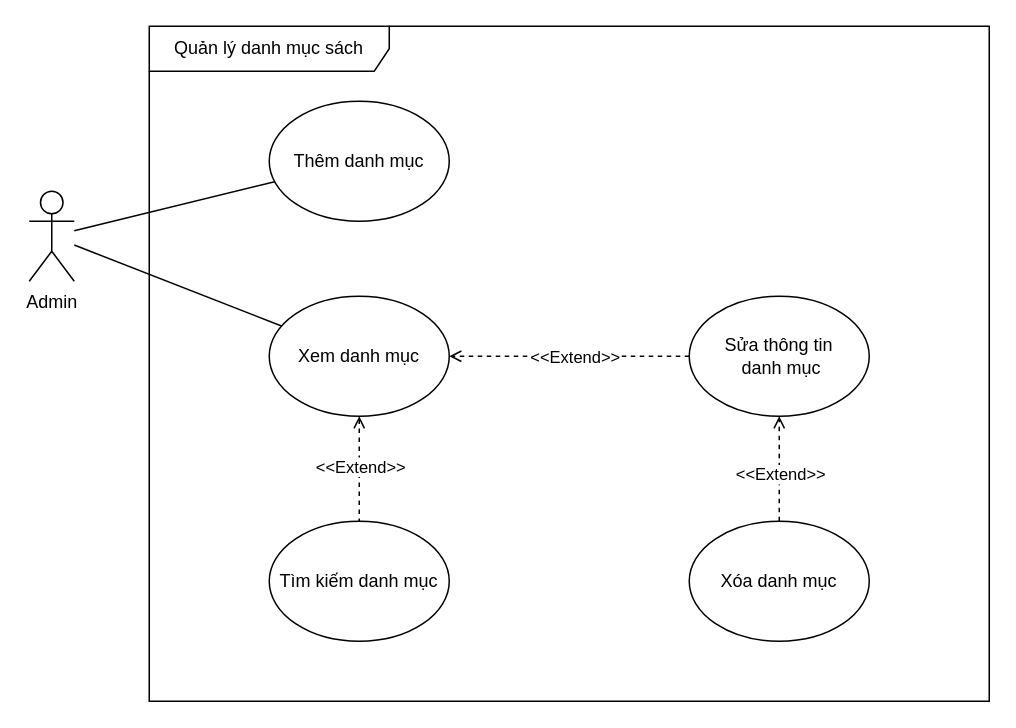
Above: page "QuanLyDanhMuc" (5 of 8) of usecase.drawio in QuangHuy2201/FinalProject-Diagrams (draw.io), before the change. Source tidied: cells renumbered, new cells numbered last; positions are measured from the earlier drawing's top-left corner, leaving out a move shared by most shapes. Both pictures are drawn from the tidied source at 150%, with x=0, y=0 at pixel (28, 26).
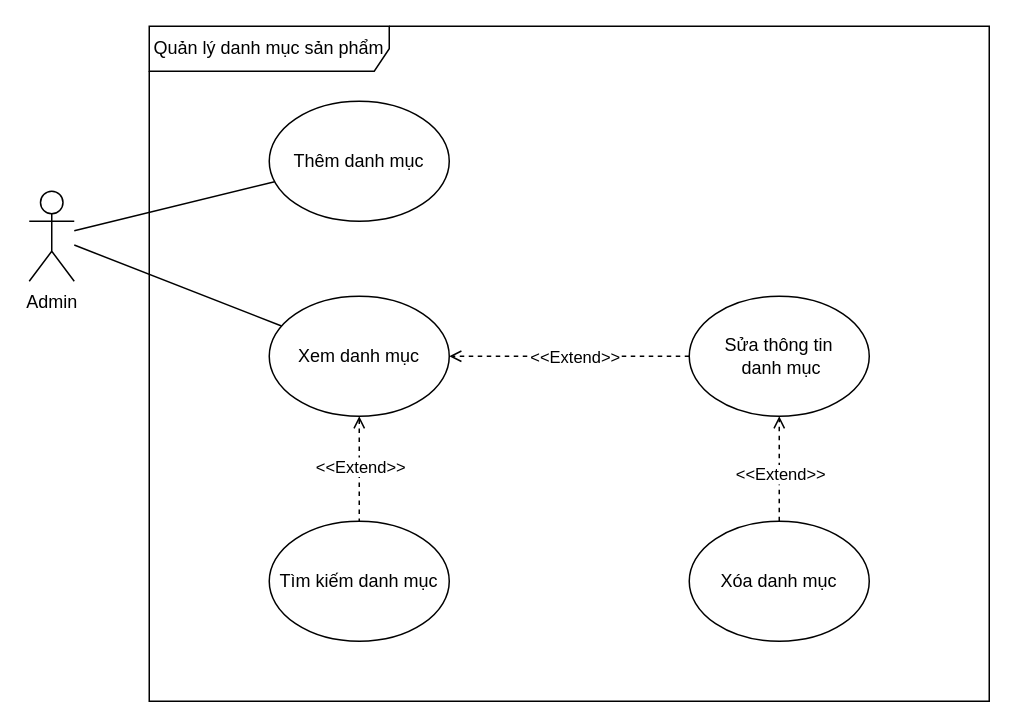
The same diagram, later.

What changed in the source:
```diff
@@
 <mxGraphModel>
   <root>
     <mxCell id="0" />
     <mxCell id="1" parent="0" />
     <mxCell id="2" value="Admin" style="shape=umlActor;verticalLabelPosition=bottom;verticalAlign=top;html=1;outlineConnect=0;" parent="1" vertex="1">
       <mxGeometry y="110" width="30" height="60" as="geometry" />
     </mxCell>
     <mxCell id="3" style="rounded=0;jettySize=auto;html=1;endArrow=none;endFill=0;" parent="1" edge="1" source="7" target="2">
       <mxGeometry relative="1" as="geometry" />
     </mxCell>
-    <mxCell id="4" value="Quản lý danh mục sách" style="shape=umlFrame;whiteSpace=wrap;html=1;width=160;" parent="1" vertex="1">
+    <mxCell id="4" value="Quản lý danh mục sản phẩm" style="shape=umlFrame;whiteSpace=wrap;html=1;width=160;" parent="1" vertex="1">
       <mxGeometry x="80" width="560" height="450" as="geometry" />
     </mxCell>
     <mxCell id="5" style="rounded=0;jettySize=auto;html=1;dashed=1;endArrow=none;endFill=0;startArrow=open;startFill=0;" parent="1" edge="1" source="7" target="8">
       <mxGeometry relative="1" as="geometry" />
     </mxCell>
     <mxCell id="6" value="&amp;lt;&amp;lt;Extend&amp;gt;&amp;gt;" style="edgeLabel;html=1;align=center;verticalAlign=middle;" parent="5" vertex="1">
       <mxGeometry x="-0.05" relative="1" as="geometry" />
     </mxCell>
     <mxCell id="7" value="Xem danh mục" style="ellipse;whiteSpace=wrap;html=1;" parent="1" vertex="1">
       <mxGeometry x="160" y="180" width="120" height="80" as="geometry" />
     </mxCell>
     <mxCell id="8" value="Tìm kiếm danh mục" style="ellipse;whiteSpace=wrap;html=1;" parent="1" vertex="1">
       <mxGeometry x="160" y="330" width="120" height="80" as="geometry" />
     </mxCell>
     <mxCell id="9" style="rounded=0;jettySize=auto;html=1;dashed=1;endArrow=open;endFill=0;exitX=0;exitY=0.5;exitDx=0;exitDy=0;" parent="1" edge="1" source="11" target="7">
       <mxGeometry relative="1" as="geometry" />
     </mxCell>
     <mxCell id="10" value="&amp;lt;&amp;lt;Extend&amp;gt;&amp;gt;" style="edgeLabel;html=1;align=center;verticalAlign=middle;" parent="9" vertex="1">
       <mxGeometry x="-0.04" relative="1" as="geometry" />
     </mxCell>
     <mxCell id="11" value="Sửa thông tin&lt;div&gt;&amp;nbsp;danh mục&lt;/div&gt;" style="ellipse;whiteSpace=wrap;html=1;" parent="1" vertex="1">
       <mxGeometry x="440" y="180" width="120" height="80" as="geometry" />
     </mxCell>
     <mxCell id="12" style="rounded=0;jettySize=auto;html=1;dashed=1;endArrow=open;endFill=0;entryX=0.5;entryY=1;entryDx=0;entryDy=0;" parent="1" edge="1" source="14" target="11">
       <mxGeometry relative="1" as="geometry" />
     </mxCell>
     <mxCell id="13" value="&amp;lt;&amp;lt;Extend&amp;gt;&amp;gt;" style="edgeLabel;html=1;align=center;verticalAlign=middle;" parent="12" vertex="1">
       <mxGeometry x="-0.09" relative="1" as="geometry" />
     </mxCell>
     <mxCell id="14" value="Xóa danh mục" style="ellipse;whiteSpace=wrap;html=1;" parent="1" vertex="1">
       <mxGeometry x="440" y="330" width="120" height="80" as="geometry" />
     </mxCell>
     <mxCell id="15" style="rounded=0;jettySize=auto;html=1;endArrow=none;endFill=0;" parent="1" edge="1" source="16" target="2">
       <mxGeometry relative="1" as="geometry" />
     </mxCell>
     <mxCell id="16" value="Thêm danh mục" style="ellipse;whiteSpace=wrap;html=1;" parent="1" vertex="1">
       <mxGeometry x="160" y="50" width="120" height="80" as="geometry" />
     </mxCell>
   </root>
 </mxGraphModel>
```
